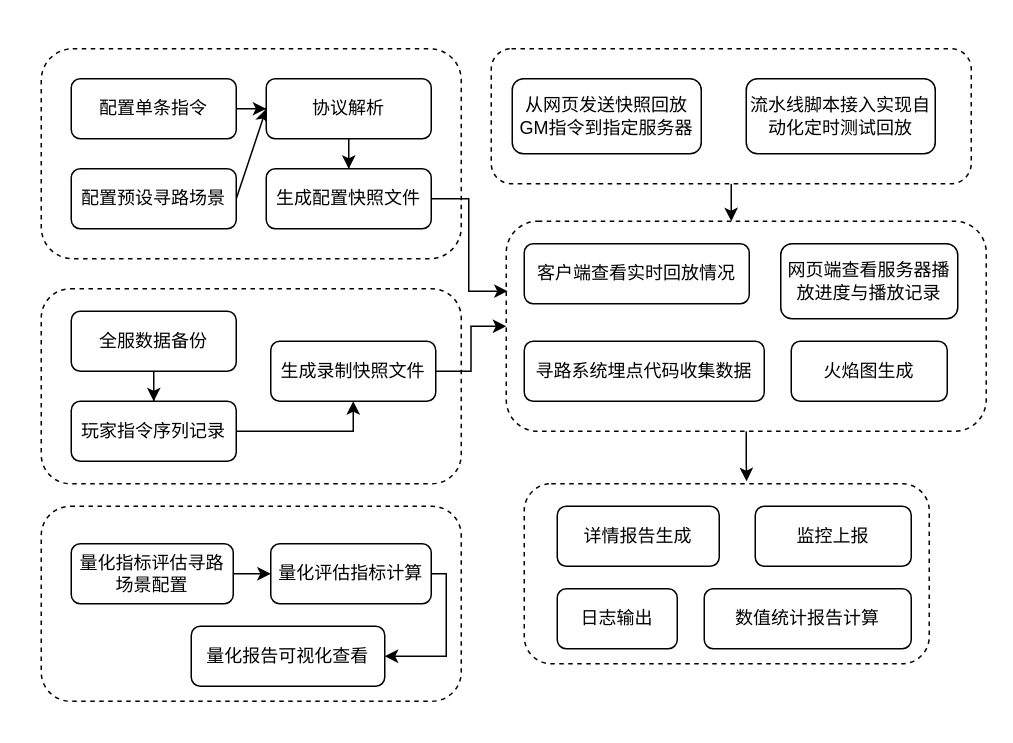
The draw.io diagram 系统模块图.drawio in Carol9s/Drawing, before the edit. Source tidied: cells renumbered, new cells numbered last; positions are measured from the earlier drawing's top-left corner, leaving out a move shared by most shapes. Both pictures are drawn from the tidied source at 150%, with x=0, y=0 at pixel (40, 48).
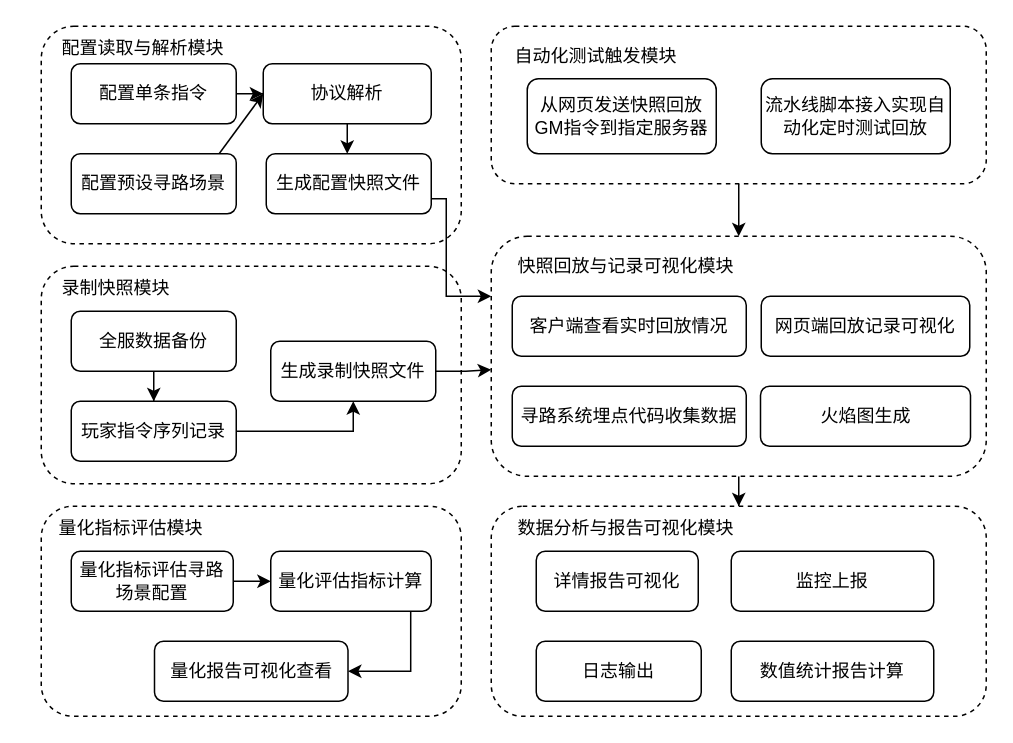
The same page after the edit.

Commit message:
更新系统模块图.drawio

The change refers to these unchanged cells:
```xml
<mxCell id="19" value="生成录制快照文件" style="rounded=1;whiteSpace=wrap;html=1;" parent="1" vertex="1">
  <mxGeometry x="153" y="195" width="110" height="40" as="geometry" />
</mxCell>
```

Diff of the diagram source:
```diff
@@
-    <mxCell id="2" style="edgeStyle=orthogonalEdgeStyle;rounded=0;jettySize=auto;html=1;entryX=0.549;entryY=-0.014;entryDx=0;entryDy=0;entryPerimeter=0;" parent="1" edge="1" source="3" target="28">
+    <mxCell id="2" style="edgeStyle=orthogonalEdgeStyle;rounded=0;jettySize=auto;html=1;entryX=0.5;entryY=0;entryDx=0;entryDy=0;" parent="1" edge="1" source="3" target="28">
       <mxGeometry relative="1" as="geometry" />
     </mxCell>
     <mxCell id="3" style="rounded=1;whiteSpace=wrap;html=1;dashed=1;" parent="1" vertex="1">
-      <mxGeometry x="310" y="115" width="320" height="140" as="geometry" />
+      <mxGeometry x="300" y="125" width="330" height="160" as="geometry" />
     </mxCell>
     <mxCell id="4" style="rounded=1;whiteSpace=wrap;html=1;dashed=1;" parent="1" vertex="1">
-      <mxGeometry y="160" width="280" height="130" as="geometry" />
+      <mxGeometry y="145" width="280" height="145" as="geometry" />
     </mxCell>
     <mxCell id="5" style="rounded=1;whiteSpace=wrap;html=1;dashed=1;" parent="1" vertex="1">
-      <mxGeometry width="280" height="140" as="geometry" />
+      <mxGeometry y="-15" width="280" height="145" as="geometry" />
     </mxCell>
@@
     <mxCell id="7" value="配置单条指令" style="rounded=1;whiteSpace=wrap;html=1;" parent="1" vertex="1">
-      <mxGeometry x="20" y="20" width="110" height="40" as="geometry" />
+      <mxGeometry x="20" y="10" width="110" height="40" as="geometry" />
     </mxCell>
-    <mxCell id="8" style="rounded=0;jettySize=auto;html=1;exitX=1;exitY=0.5;exitDx=0;exitDy=0;entryX=0;entryY=0.5;entryDx=0;entryDy=0;" parent="1" edge="1" source="9" target="11">
+    <mxCell id="8" style="rounded=0;jettySize=auto;html=1;entryX=0;entryY=0.5;entryDx=0;entryDy=0;exitX=0.885;exitY=0.042;exitDx=0;exitDy=0;exitPerimeter=0;" parent="1" edge="1" source="9" target="11">
       <mxGeometry relative="1" as="geometry" />
     </mxCell>
     <mxCell id="9" value="配置预设寻路场景" style="rounded=1;whiteSpace=wrap;html=1;" parent="1" vertex="1">
-      <mxGeometry x="20" y="80" width="110" height="40" as="geometry" />
+      <mxGeometry x="20" y="70" width="110" height="40" as="geometry" />
     </mxCell>
     <mxCell id="10" style="edgeStyle=orthogonalEdgeStyle;rounded=0;jettySize=auto;html=1;" parent="1" edge="1" source="11" target="13">
-      <mxGeometry relative="1" as="geometry" />
+      <mxGeometry relative="1" as="geometry">
+        <Array as="points">
+          <mxPoint x="205" y="70" />
+          <mxPoint x="205" y="70" />
+        </Array>
+      </mxGeometry>
     </mxCell>
     <mxCell id="11" value="协议解析" style="rounded=1;whiteSpace=wrap;html=1;" parent="1" vertex="1">
-      <mxGeometry x="150" y="20" width="110" height="40" as="geometry" />
+      <mxGeometry x="148" y="10" width="112" height="40" as="geometry" />
     </mxCell>
-    <mxCell id="12" style="edgeStyle=orthogonalEdgeStyle;rounded=0;jettySize=auto;html=1;entryX=0.003;entryY=0.333;entryDx=0;entryDy=0;entryPerimeter=0;" parent="1" edge="1" source="13" target="3">
-      <mxGeometry relative="1" as="geometry" />
+    <mxCell id="12" style="edgeStyle=orthogonalEdgeStyle;rounded=0;jettySize=auto;html=1;entryX=0;entryY=0.25;entryDx=0;entryDy=0;" parent="1" edge="1" source="13" target="3">
+      <mxGeometry relative="1" as="geometry">
+        <Array as="points">
+          <mxPoint x="270" y="100" />
+          <mxPoint x="270" y="165" />
+        </Array>
+      </mxGeometry>
     </mxCell>
     <mxCell id="13" value="生成配置快照文件" style="rounded=1;whiteSpace=wrap;html=1;" parent="1" vertex="1">
-      <mxGeometry x="150" y="80" width="110" height="40" as="geometry" />
+      <mxGeometry x="150" y="70" width="110" height="40" as="geometry" />
     </mxCell>
@@
-    <mxCell id="18" style="edgeStyle=orthogonalEdgeStyle;rounded=0;jettySize=auto;html=1;" parent="1" edge="1" source="19" target="3">
-      <mxGeometry relative="1" as="geometry" />
+    <mxCell id="18" style="edgeStyle=orthogonalEdgeStyle;rounded=0;jettySize=auto;html=1;" parent="1" edge="1" source="19">
+      <mxGeometry relative="1" as="geometry">
+        <mxPoint x="300" y="214" as="targetPoint" />
+      </mxGeometry>
     </mxCell>
@@
-    <mxCell id="20" style="edgeStyle=orthogonalEdgeStyle;rounded=0;jettySize=auto;html=1;entryX=0.469;entryY=0;entryDx=0;entryDy=0;entryPerimeter=0;" parent="1" edge="1" source="21" target="3">
+    <mxCell id="20" style="edgeStyle=orthogonalEdgeStyle;rounded=0;jettySize=auto;html=1;entryX=0.5;entryY=0;entryDx=0;entryDy=0;" parent="1" edge="1" source="21" target="3">
       <mxGeometry relative="1" as="geometry" />
     </mxCell>
     <mxCell id="21" style="rounded=1;whiteSpace=wrap;html=1;dashed=1;" parent="1" vertex="1">
-      <mxGeometry x="300" width="320" height="90" as="geometry" />
+      <mxGeometry x="300" y="-15" width="330" height="105" as="geometry" />
     </mxCell>
     <mxCell id="22" value="从网页发送快照回放GM指令到指定服务器" style="rounded=1;whiteSpace=wrap;html=1;" parent="1" vertex="1">
-      <mxGeometry x="314" y="20" width="126" height="50" as="geometry" />
+      <mxGeometry x="324" y="20" width="126" height="50" as="geometry" />
     </mxCell>
     <mxCell id="23" value="流水线脚本接入实现自动化定时测试回放" style="rounded=1;whiteSpace=wrap;html=1;" parent="1" vertex="1">
-      <mxGeometry x="470" y="20" width="126" height="50" as="geometry" />
+      <mxGeometry x="480" y="20" width="126" height="50" as="geometry" />
     </mxCell>
     <mxCell id="24" value="客户端查看实时回放情况" style="rounded=1;whiteSpace=wrap;html=1;" parent="1" vertex="1">
-      <mxGeometry x="322" y="130" width="150" height="40" as="geometry" />
+      <mxGeometry x="314" y="165" width="156" height="40" as="geometry" />
     </mxCell>
-    <mxCell id="25" value="网页端查看服务器播放进度与播放记录" style="rounded=1;whiteSpace=wrap;html=1;" parent="1" vertex="1">
-      <mxGeometry x="493" y="130" width="118" height="50" as="geometry" />
+    <mxCell id="25" value="网页端回放记录可视化" style="rounded=1;whiteSpace=wrap;html=1;" parent="1" vertex="1">
+      <mxGeometry x="480" y="165" width="139" height="40" as="geometry" />
     </mxCell>
     <mxCell id="26" value="寻路系统埋点代码收集数据" style="rounded=1;whiteSpace=wrap;html=1;" parent="1" vertex="1">
-      <mxGeometry x="322" y="195" width="160" height="40" as="geometry" />
+      <mxGeometry x="314" y="225" width="156" height="40" as="geometry" />
     </mxCell>
     <mxCell id="27" value="火焰图生成" style="rounded=1;whiteSpace=wrap;html=1;" parent="1" vertex="1">
-      <mxGeometry x="500" y="195" width="104" height="40" as="geometry" />
+      <mxGeometry x="479.5" y="225" width="140" height="40" as="geometry" />
     </mxCell>
     <mxCell id="28" style="rounded=1;whiteSpace=wrap;html=1;dashed=1;" parent="1" vertex="1">
-      <mxGeometry x="322" y="290" width="270" height="120" as="geometry" />
+      <mxGeometry x="300" y="305" width="330" height="140" as="geometry" />
     </mxCell>
-    <mxCell id="29" value="详情报告生成" style="rounded=1;whiteSpace=wrap;html=1;" parent="1" vertex="1">
-      <mxGeometry x="344" y="305" width="108" height="40" as="geometry" />
+    <mxCell id="29" value="详情报告可视化" style="rounded=1;whiteSpace=wrap;html=1;" parent="1" vertex="1">
+      <mxGeometry x="330" y="335" width="108" height="40" as="geometry" />
     </mxCell>
     <mxCell id="30" value="数值统计报告计算" style="rounded=1;whiteSpace=wrap;html=1;" parent="1" vertex="1">
-      <mxGeometry x="442" y="360" width="138" height="40" as="geometry" />
+      <mxGeometry x="460" y="395" width="135" height="40" as="geometry" />
     </mxCell>
     <mxCell id="31" value="日志输出" style="rounded=1;whiteSpace=wrap;html=1;" parent="1" vertex="1">
-      <mxGeometry x="344" y="360" width="80" height="40" as="geometry" />
+      <mxGeometry x="330" y="395" width="110" height="40" as="geometry" />
     </mxCell>
     <mxCell id="32" value="监控上报" style="rounded=1;whiteSpace=wrap;html=1;" parent="1" vertex="1">
-      <mxGeometry x="476" y="305" width="104" height="40" as="geometry" />
+      <mxGeometry x="460" y="335" width="135" height="40" as="geometry" />
     </mxCell>
     <mxCell id="33" style="rounded=1;whiteSpace=wrap;html=1;dashed=1;" parent="1" vertex="1">
-      <mxGeometry y="305" width="280" height="130" as="geometry" />
+      <mxGeometry y="305" width="280" height="140" as="geometry" />
     </mxCell>
@@
     <mxCell id="35" value="量化指标评估寻路场景配置" style="rounded=1;whiteSpace=wrap;html=1;" parent="1" vertex="1">
-      <mxGeometry x="20" y="330" width="108" height="40" as="geometry" />
+      <mxGeometry x="20" y="335" width="108" height="40" as="geometry" />
     </mxCell>
     <mxCell id="36" value="量化报告可视化查看" style="rounded=1;whiteSpace=wrap;html=1;" parent="1" vertex="1">
-      <mxGeometry x="100" y="385" width="129" height="40" as="geometry" />
+      <mxGeometry x="75.5" y="395" width="129" height="40" as="geometry" />
     </mxCell>
-    <mxCell id="37" style="edgeStyle=orthogonalEdgeStyle;rounded=0;jettySize=auto;html=1;exitX=1;exitY=0.5;exitDx=0;exitDy=0;entryX=1;entryY=0.5;entryDx=0;entryDy=0;" parent="1" edge="1" source="38" target="36">
+    <mxCell id="37" style="edgeStyle=orthogonalEdgeStyle;rounded=0;jettySize=auto;html=1;exitX=0.872;exitY=1.006;exitDx=0;exitDy=0;entryX=1;entryY=0.5;entryDx=0;entryDy=0;exitPerimeter=0;" parent="1" edge="1" source="38" target="36">
       <mxGeometry relative="1" as="geometry">
         <Array as="points">
-          <mxPoint x="270" y="350" />
-          <mxPoint x="270" y="405" />
+          <mxPoint x="246" y="415" />
         </Array>
       </mxGeometry>
     </mxCell>
     <mxCell id="38" value="量化评估指标计算" style="rounded=1;whiteSpace=wrap;html=1;" parent="1" vertex="1">
-      <mxGeometry x="153" y="330" width="107" height="40" as="geometry" />
+      <mxGeometry x="153" y="335" width="107" height="40" as="geometry" />
     </mxCell>
+    <mxCell id="39" value="配置读取与解析模块" style="text;html=1;strokeColor=none;fillColor=none;align=center;verticalAlign=middle;whiteSpace=wrap;rounded=0;" parent="1" vertex="1">
+      <mxGeometry x="8" y="-15" width="120" height="30" as="geometry" />
+    </mxCell>
+    <mxCell id="40" value="录制快照模块" style="text;html=1;strokeColor=none;fillColor=none;align=center;verticalAlign=middle;whiteSpace=wrap;rounded=0;" parent="1" vertex="1">
+      <mxGeometry x="-10" y="145" width="120" height="30" as="geometry" />
+    </mxCell>
+    <mxCell id="41" value="量化指标评估模块" style="text;html=1;strokeColor=none;fillColor=none;align=center;verticalAlign=middle;whiteSpace=wrap;rounded=0;" parent="1" vertex="1">
+      <mxGeometry y="305" width="120" height="30" as="geometry" />
+    </mxCell>
+    <mxCell id="42" value="自动化测试触发模块" style="text;html=1;strokeColor=none;fillColor=none;align=center;verticalAlign=middle;whiteSpace=wrap;rounded=0;" parent="1" vertex="1">
+      <mxGeometry x="310" y="-10" width="120" height="30" as="geometry" />
+    </mxCell>
+    <mxCell id="43" value="快照回放与记录可视化模块" style="text;html=1;strokeColor=none;fillColor=none;align=center;verticalAlign=middle;whiteSpace=wrap;rounded=0;" parent="1" vertex="1">
+      <mxGeometry x="310" y="130" width="160" height="30" as="geometry" />
+    </mxCell>
+    <mxCell id="44" value="数据分析与报告可视化模块" style="text;html=1;strokeColor=none;fillColor=none;align=center;verticalAlign=middle;whiteSpace=wrap;rounded=0;" parent="1" vertex="1">
+      <mxGeometry x="310" y="305" width="160" height="30" as="geometry" />
+    </mxCell>
```
